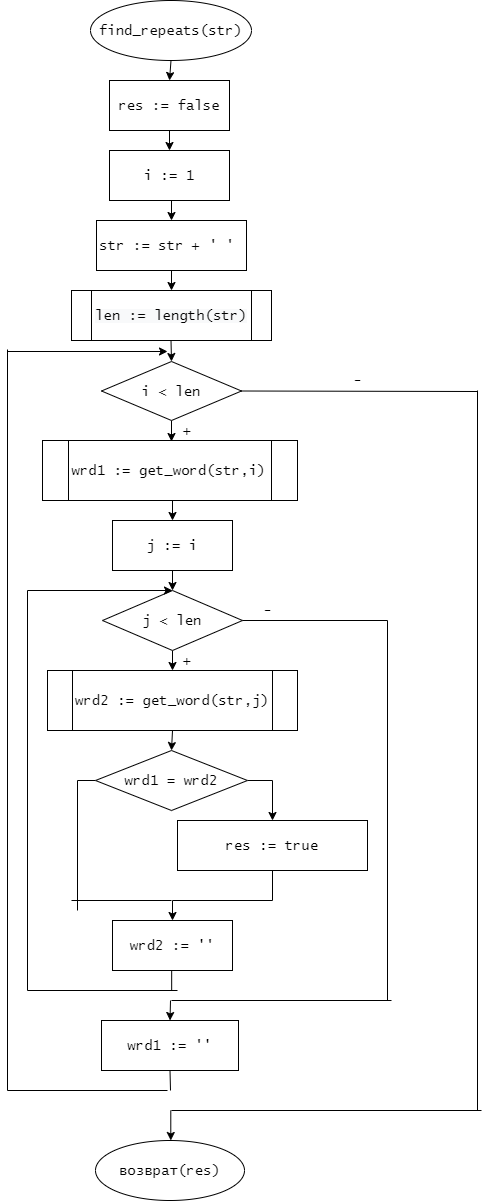
This is лр6/лр6(split).png from Aprokun/-, a draw.io export, as it was before one commit. Source tidied: cells renumbered, new cells last; positions are measured from the earlier drawing's top-left corner, leaving out a move shared by most shapes.
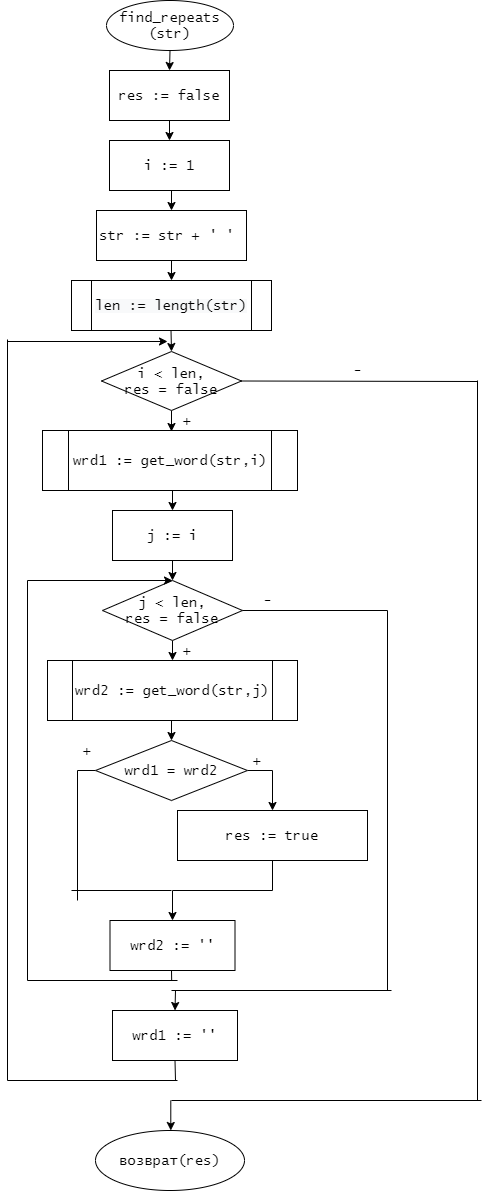
The same diagram one commit later.

The edit, as a diff of the source:
```diff
@@ -5,8 +5,8 @@
     <mxCell id="2" style="edgeStyle=orthogonalEdgeStyle;rounded=0;jettySize=auto;html=1;exitX=0.5;exitY=1;exitDx=0;exitDy=0;entryX=0.5;entryY=0;entryDx=0;entryDy=0;fontFamily=Lucida Console;fontSize=14;" parent="1" edge="1" source="3" target="53">
       <mxGeometry relative="1" as="geometry" />
     </mxCell>
-    <mxCell id="3" value="find_repeats(str)" style="ellipse;whiteSpace=wrap;html=1;fontSize=14;fontFamily=Lucida Console;" parent="1" vertex="1">
-      <mxGeometry x="83" width="161" height="60" as="geometry" />
+    <mxCell id="3" value="find_repeats&lt;br&gt;(str)" style="ellipse;whiteSpace=wrap;html=1;fontSize=14;fontFamily=Lucida Console;" parent="1" vertex="1">
+      <mxGeometry x="99" y="10" width="127" height="50" as="geometry" />
     </mxCell>
     <mxCell id="4" style="edgeStyle=orthogonalEdgeStyle;rounded=0;jettySize=auto;html=1;exitX=0.5;exitY=1;exitDx=0;exitDy=0;entryX=0.5;entryY=0;entryDx=0;entryDy=0;fontFamily=Lucida Console;fontSize=14;" parent="1" edge="1" source="6">
       <mxGeometry relative="1" as="geometry">
@@ -30,7 +30,7 @@
         <mxPoint x="164" y="441" as="targetPoint" />
       </mxGeometry>
     </mxCell>
-    <mxCell id="10" value="i &amp;lt; len" style="rhombus;whiteSpace=wrap;html=1;fontFamily=Lucida Console;fontSize=14;" parent="1" vertex="1">
+    <mxCell id="10" value="i &amp;lt; len,&lt;br&gt;res = false" style="rhombus;whiteSpace=wrap;html=1;fontFamily=Lucida Console;fontSize=14;" parent="1" vertex="1">
       <mxGeometry x="94" y="361" width="140" height="59" as="geometry" />
     </mxCell>
     <mxCell id="11" style="edgeStyle=orthogonalEdgeStyle;rounded=0;jettySize=auto;html=1;exitX=0.5;exitY=1;exitDx=0;exitDy=0;entryX=0.5;entryY=0;entryDx=0;entryDy=0;fontFamily=Lucida Console;fontSize=14;" parent="1" edge="1" target="36">
@@ -102,7 +102,7 @@
         <mxPoint x="165" y="670" as="targetPoint" />
       </mxGeometry>
     </mxCell>
-    <mxCell id="25" value="j &amp;lt; len" style="rhombus;whiteSpace=wrap;html=1;fontFamily=Lucida Console;fontSize=14;" parent="1" vertex="1">
+    <mxCell id="25" value="j &amp;lt; len,&lt;br&gt;res = false" style="rhombus;whiteSpace=wrap;html=1;fontFamily=Lucida Console;fontSize=14;" parent="1" vertex="1">
       <mxGeometry x="95" y="590" width="140" height="60" as="geometry" />
     </mxCell>
     <mxCell id="26" style="edgeStyle=orthogonalEdgeStyle;rounded=0;orthogonalLoop=1;jettySize=auto;html=1;exitX=0.5;exitY=1;exitDx=0;exitDy=0;entryX=0.5;entryY=0;entryDx=0;entryDy=0;fontFamily=Lucida Console;fontSize=14;" parent="1" edge="1">
@@ -127,19 +127,19 @@
       </mxGeometry>
     </mxCell>
     <mxCell id="30" value="&lt;font style=&quot;font-size: 14px&quot; face=&quot;Lucida Console&quot;&gt;wrd2 := ''&lt;/font&gt;" style="rounded=0;whiteSpace=wrap;html=1;" parent="1" vertex="1">
-      <mxGeometry x="105" y="920" width="120" height="50" as="geometry" />
+      <mxGeometry x="102.5" y="930" width="125" height="50" as="geometry" />
     </mxCell>
     <mxCell id="31" style="endArrow=none;html=1;fontFamily=Lucida Console;fontSize=14;" parent="1" edge="1">
       <mxGeometry relative="1" as="geometry">
         <mxPoint x="164.2" y="990" as="sourcePoint" />
-        <mxPoint x="164.2" y="970" as="targetPoint" />
+        <mxPoint x="164" y="980" as="targetPoint" />
       </mxGeometry>
     </mxCell>
     <mxCell id="32" value="-" style="text;html=1;align=center;verticalAlign=middle;fontSize=14;fontFamily=Lucida Console;" parent="1" vertex="1">
       <mxGeometry x="250" y="600" width="20" height="20" as="geometry" />
     </mxCell>
     <mxCell id="33" value="&lt;font style=&quot;font-size: 14px&quot; face=&quot;Lucida Console&quot;&gt;wrd1 := ''&lt;/font&gt;" style="rounded=0;whiteSpace=wrap;html=1;" parent="1" vertex="1">
-      <mxGeometry x="94" y="1020" width="137" height="50" as="geometry" />
+      <mxGeometry x="105" y="1020" width="125" height="50" as="geometry" />
     </mxCell>
     <mxCell id="34" style="endArrow=none;html=1;fontFamily=Lucida Console;fontSize=14;entryX=0;entryY=0.5;entryDx=0;entryDy=0;" parent="1" edge="1" target="40">
       <mxGeometry relative="1" as="geometry">
@@ -199,18 +199,18 @@
     </mxCell>
     <mxCell id="46" style="endArrow=classic;html=1;fontFamily=Lucida Console;fontSize=14;entryX=0.5;entryY=0;entryDx=0;entryDy=0;" parent="1" edge="1" target="33">
       <mxGeometry relative="1" as="geometry">
-        <mxPoint x="163" y="1000" as="sourcePoint" />
+        <mxPoint x="168" y="1000" as="sourcePoint" />
       </mxGeometry>
     </mxCell>
     <mxCell id="47" style="endArrow=none;html=1;fontFamily=Lucida Console;fontSize=14;entryX=0.5;entryY=1;entryDx=0;entryDy=0;" parent="1" edge="1" target="33">
       <mxGeometry relative="1" as="geometry">
-        <mxPoint x="163" y="1090" as="sourcePoint" />
+        <mxPoint x="168" y="1090" as="sourcePoint" />
       </mxGeometry>
     </mxCell>
     <mxCell id="48" style="endArrow=none;html=1;fontFamily=Lucida Console;fontSize=14;" parent="1" edge="1">
       <mxGeometry relative="1" as="geometry">
         <mxPoint y="1090" as="sourcePoint" />
-        <mxPoint x="160" y="1090" as="targetPoint" />
+        <mxPoint x="170" y="1090" as="targetPoint" />
       </mxGeometry>
     </mxCell>
     <mxCell id="49" value="&#10;&#10;&lt;span style=&quot;color: rgb(0, 0, 0); font-family: &amp;quot;lucida console&amp;quot;; font-size: 14px; font-style: normal; font-weight: 400; letter-spacing: normal; text-align: center; text-indent: 0px; text-transform: none; word-spacing: 0px; background-color: rgb(248, 249, 250); display: inline; float: none;&quot;&gt;len := length(str)&lt;/span&gt;&#10;&#10;" style="shape=process;whiteSpace=wrap;html=1;backgroundOutline=1;" parent="1" vertex="1">
@@ -228,5 +228,11 @@
     <mxCell id="53" value="res := false" style="rounded=0;whiteSpace=wrap;html=1;fontFamily=Lucida Console;fontSize=14;" parent="1" vertex="1">
       <mxGeometry x="102" y="80" width="120" height="50" as="geometry" />
     </mxCell>
+    <mxCell id="54" value="&lt;font face=&quot;Lucida Console&quot; style=&quot;font-size: 14px&quot;&gt;+&lt;/font&gt;" style="text;html=1;align=center;verticalAlign=middle;" parent="1" vertex="1">
+      <mxGeometry x="240" y="760" width="20" height="20" as="geometry" />
+    </mxCell>
+    <mxCell id="55" value="&lt;font face=&quot;Lucida Console&quot; style=&quot;font-size: 14px&quot;&gt;+&lt;/font&gt;" style="text;html=1;align=center;verticalAlign=middle;" parent="1" vertex="1">
+      <mxGeometry x="70" y="750" width="20" height="20" as="geometry" />
+    </mxCell>
   </root>
 </mxGraphModel>
```
